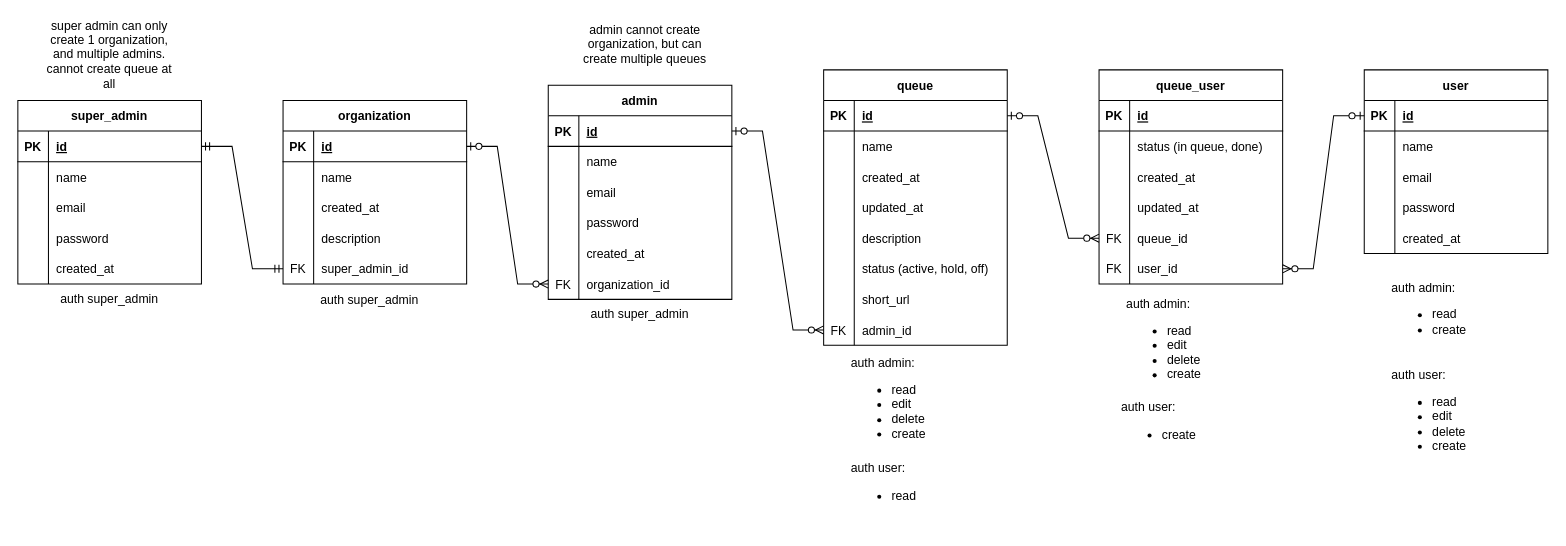
This is antriin-erd.drawio from firdausraginda/antriin.id, a draw.io file, before an edit. Source tidied: cells renumbered, new cells numbered last; positions are measured from the earlier drawing's top-left corner, leaving out a move shared by most shapes. Both pictures are drawn from the tidied source at 102%, with x=0, y=0 at pixel (17, 29).
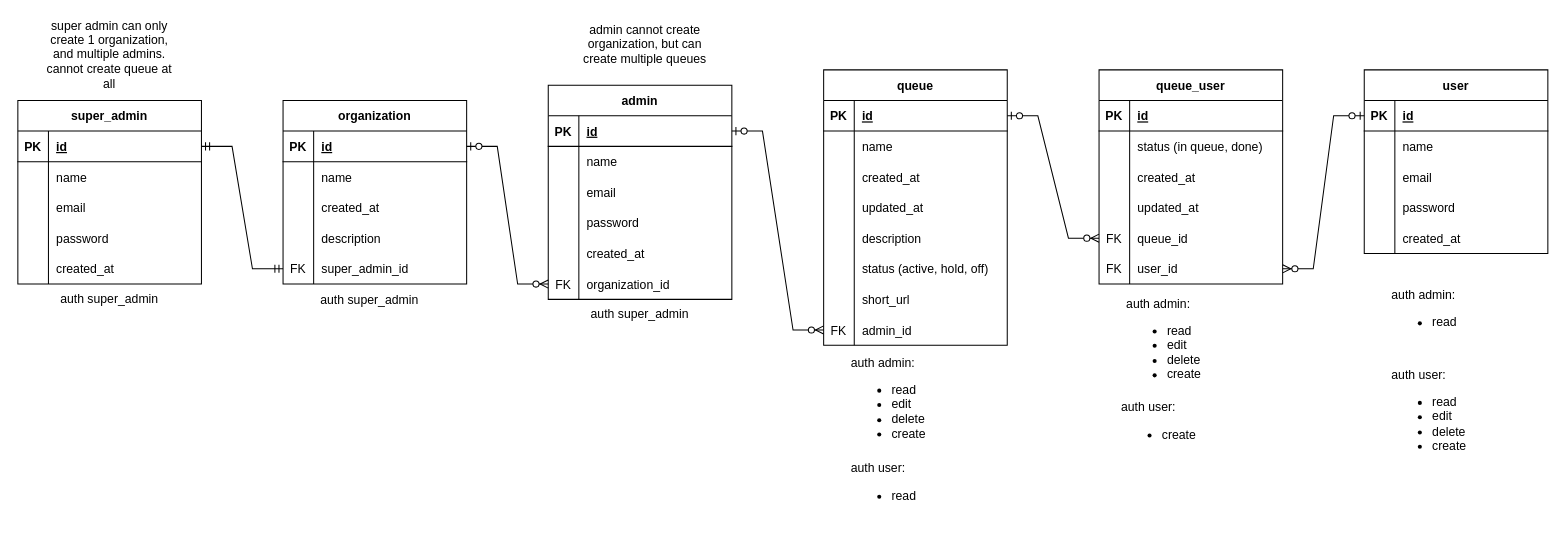
The same page after the edit.

Change to the diagram source:
```diff
@@
-    <mxCell id="126" value="auth admin:&lt;br&gt;&lt;ul&gt;&lt;li&gt;read&lt;/li&gt;&lt;li&gt;create&lt;/li&gt;&lt;/ul&gt;" style="text;html=1;strokeColor=none;fillColor=none;align=left;verticalAlign=middle;whiteSpace=wrap;rounded=0;" parent="1" vertex="1">
+    <mxCell id="126" value="auth admin:&lt;br&gt;&lt;ul&gt;&lt;li&gt;read&lt;/li&gt;&lt;/ul&gt;" style="text;html=1;strokeColor=none;fillColor=none;align=left;verticalAlign=middle;whiteSpace=wrap;rounded=0;" parent="1" vertex="1">
       <mxGeometry x="1345" y="240" width="130" height="80" as="geometry" />
     </mxCell>
```
